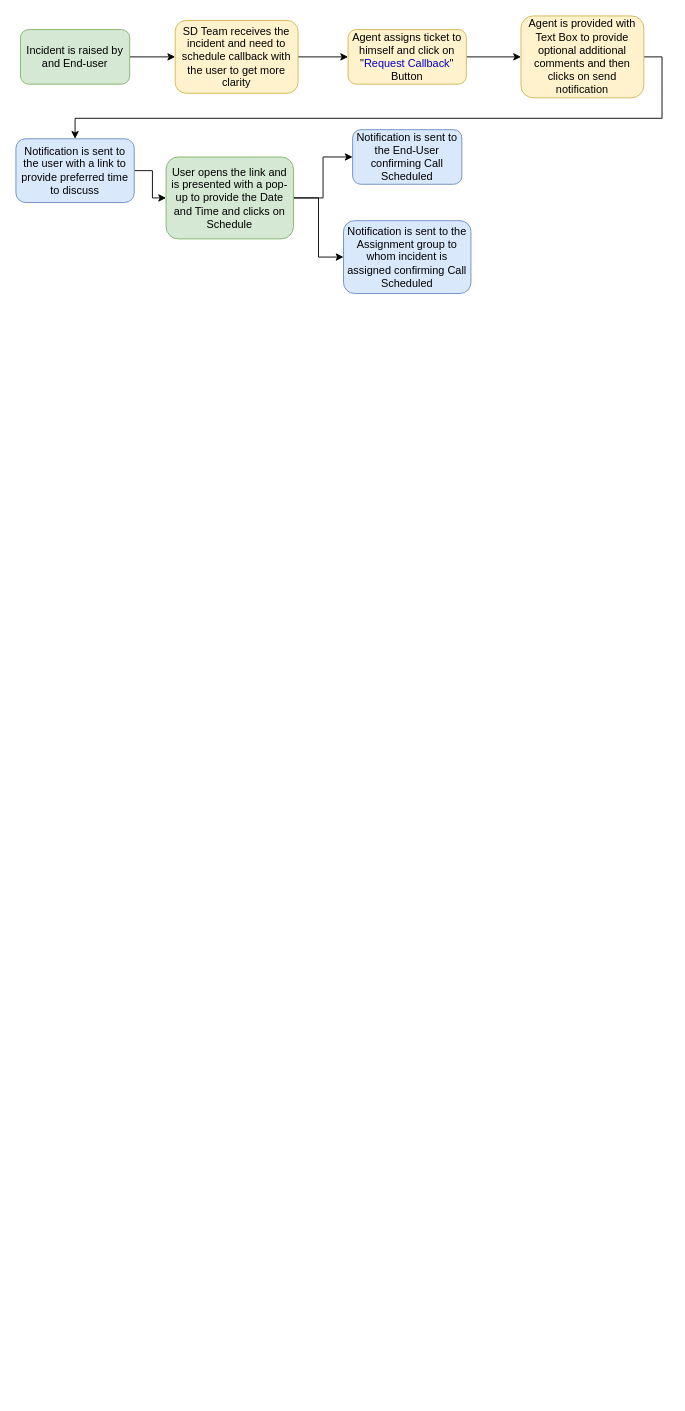
Earlier version of the draw.io diagram Untitled Diagram.drawio (sunjyot1993/Call-Back-Flow). Source tidied: cells renumbered, new cells numbered last; positions are measured from the earlier drawing's top-left corner, leaving out a move shared by most shapes. Both pictures are drawn from the tidied source at 91%, with x=0, y=0 at pixel (15, 15).
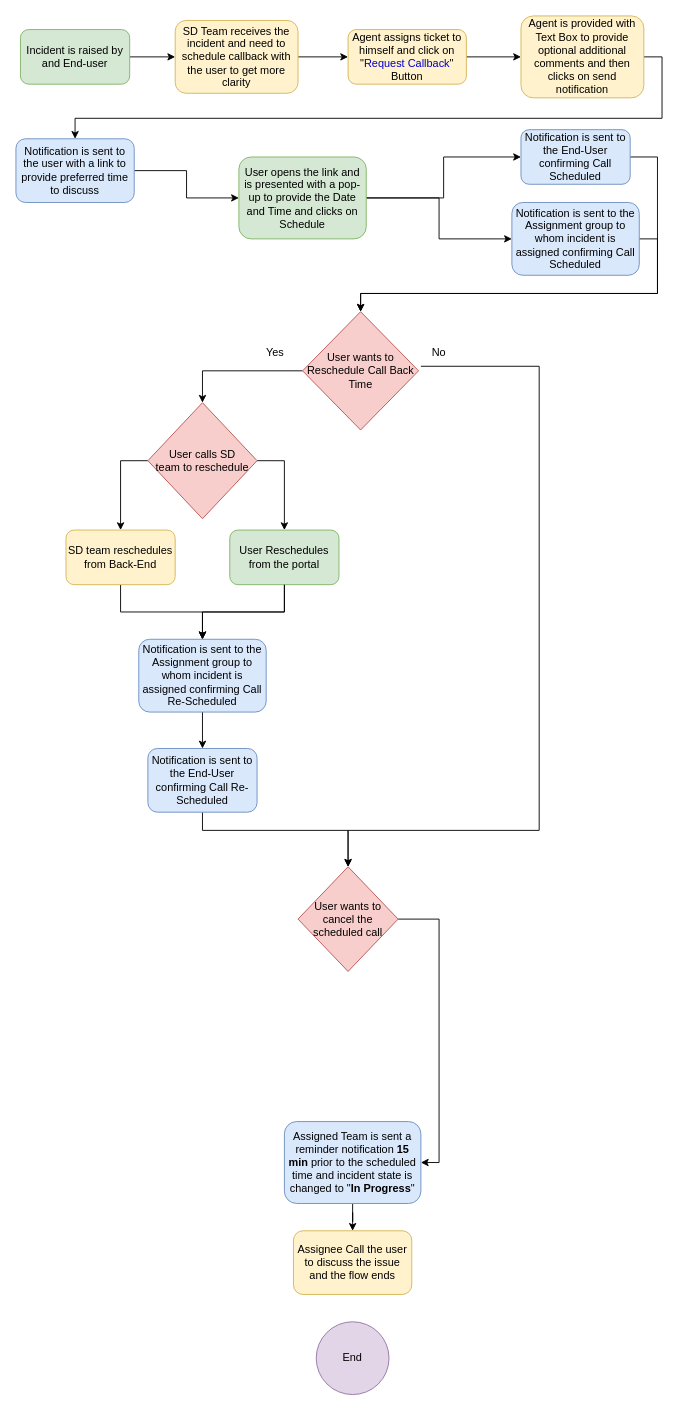
After the change.

Diff of the diagram source:
```diff
@@
     <mxCell id="14" value="User opens the link and is presented with a pop-up to provide the Date and Time and clicks on Schedule" style="rounded=1;whiteSpace=wrap;html=1;fillColor=#d5e8d4;strokeColor=#82b366;" parent="1" vertex="1">
-      <mxGeometry x="165" y="155" width="140" height="90" as="geometry" />
+      <mxGeometry x="245" y="155" width="140" height="90" as="geometry" />
     </mxCell>
+    <mxCell id="17" style="edgeStyle=orthogonalEdgeStyle;rounded=0;jettySize=auto;html=1;exitX=1;exitY=0.5;exitDx=0;exitDy=0;" parent="1" edge="1" source="15" target="20">
+      <mxGeometry relative="1" as="geometry" />
+    </mxCell>
     <mxCell id="15" value="Notification is sent to the Assignment group to whom incident is assigned confirming Call Scheduled" style="rounded=1;whiteSpace=wrap;html=1;fillColor=#dae8fc;strokeColor=#6c8ebf;" parent="1" vertex="1">
-      <mxGeometry x="360" y="225" width="140" height="80" as="geometry" />
+      <mxGeometry x="545" y="205" width="140" height="80" as="geometry" />
     </mxCell>
+    <mxCell id="18" style="edgeStyle=orthogonalEdgeStyle;rounded=0;jettySize=auto;html=1;exitX=1;exitY=0.5;exitDx=0;exitDy=0;entryX=0.5;entryY=0;entryDx=0;entryDy=0;" parent="1" edge="1" source="16" target="20">
+      <mxGeometry relative="1" as="geometry">
+        <Array as="points">
+          <mxPoint x="705" y="155" />
+          <mxPoint x="705" y="305" />
+        </Array>
+      </mxGeometry>
+    </mxCell>
     <mxCell id="16" value="Notification is sent to the End-User confirming Call Scheduled" style="rounded=1;whiteSpace=wrap;html=1;fillColor=#dae8fc;strokeColor=#6c8ebf;" parent="1" vertex="1">
-      <mxGeometry x="370" y="125" width="120" height="60" as="geometry" />
+      <mxGeometry x="555" y="125" width="120" height="60" as="geometry" />
     </mxCell>
+    <mxCell id="19" style="edgeStyle=orthogonalEdgeStyle;rounded=0;jettySize=auto;html=1;exitX=0;exitY=0.5;exitDx=0;exitDy=0;entryX=0.5;entryY=0;entryDx=0;entryDy=0;" parent="1" edge="1" source="20" target="29">
+      <mxGeometry relative="1" as="geometry" />
+    </mxCell>
+    <mxCell id="20" value="User wants to Reschedule Call Back Time" style="rhombus;whiteSpace=wrap;html=1;fillColor=#f8cecc;strokeColor=#b85450;" parent="1" vertex="1">
+      <mxGeometry x="315" y="325" width="127.5" height="130" as="geometry" />
+    </mxCell>
+    <mxCell id="21" style="edgeStyle=orthogonalEdgeStyle;rounded=0;jettySize=auto;html=1;" parent="1" edge="1" source="22" target="24">
+      <mxGeometry relative="1" as="geometry" />
+    </mxCell>
+    <mxCell id="22" value="Assigned Team is sent a reminder notification &lt;b&gt;15 min &lt;/b&gt;prior to the scheduled time and incident state is changed to &quot;&lt;b&gt;In Progress&lt;/b&gt;&quot;" style="rounded=1;whiteSpace=wrap;html=1;fillColor=#dae8fc;strokeColor=#6c8ebf;" parent="1" vertex="1">
+      <mxGeometry x="295" y="1215" width="150" height="90" as="geometry" />
+    </mxCell>
+    <mxCell id="23" value="End" style="ellipse;whiteSpace=wrap;html=1;fillColor=#e1d5e7;strokeColor=#9673a6;" parent="1" vertex="1">
+      <mxGeometry x="330" y="1435" width="80" height="80" as="geometry" />
+    </mxCell>
+    <mxCell id="24" value="Assignee Call the user to discuss the issue and the flow ends" style="rounded=1;whiteSpace=wrap;html=1;fillColor=#fff2cc;strokeColor=#d6b656;" parent="1" vertex="1">
+      <mxGeometry x="305" y="1335" width="130" height="70" as="geometry" />
+    </mxCell>
+    <mxCell id="25" style="edgeStyle=orthogonalEdgeStyle;rounded=0;jettySize=auto;html=1;exitX=0;exitY=1;exitDx=0;exitDy=0;entryX=0.5;entryY=0;entryDx=0;entryDy=0;" parent="1" edge="1" source="26" target="41">
+      <mxGeometry relative="1" as="geometry">
+        <Array as="points">
+          <mxPoint x="575" y="385" />
+          <mxPoint x="575" y="895" />
+          <mxPoint x="365" y="895" />
+        </Array>
+      </mxGeometry>
+    </mxCell>
+    <mxCell id="26" value="No" style="text;html=1;strokeColor=none;fillColor=none;align=center;verticalAlign=middle;whiteSpace=wrap;rounded=0;" parent="1" vertex="1">
+      <mxGeometry x="445" y="355" width="40" height="30" as="geometry" />
+    </mxCell>
+    <mxCell id="27" style="edgeStyle=orthogonalEdgeStyle;rounded=0;jettySize=auto;html=1;exitX=0;exitY=0.5;exitDx=0;exitDy=0;entryX=0.5;entryY=0;entryDx=0;entryDy=0;" parent="1" edge="1" source="29" target="31">
+      <mxGeometry relative="1" as="geometry" />
+    </mxCell>
+    <mxCell id="28" style="edgeStyle=orthogonalEdgeStyle;rounded=0;jettySize=auto;html=1;exitX=1;exitY=0.5;exitDx=0;exitDy=0;entryX=0.5;entryY=0;entryDx=0;entryDy=0;" parent="1" edge="1" source="29" target="37">
+      <mxGeometry relative="1" as="geometry" />
+    </mxCell>
+    <mxCell id="29" value="User calls SD &lt;br&gt;team to reschedule" style="rhombus;whiteSpace=wrap;html=1;fillColor=#f8cecc;strokeColor=#b85450;" parent="1" vertex="1">
+      <mxGeometry x="145" y="425" width="120" height="127.5" as="geometry" />
+    </mxCell>
+    <mxCell id="30" style="edgeStyle=orthogonalEdgeStyle;rounded=0;jettySize=auto;html=1;exitX=0.5;exitY=1;exitDx=0;exitDy=0;entryX=0.5;entryY=0;entryDx=0;entryDy=0;" parent="1" edge="1" source="31" target="38">
+      <mxGeometry relative="1" as="geometry" />
+    </mxCell>
+    <mxCell id="31" value="SD team reschedules from Back-End" style="rounded=1;whiteSpace=wrap;html=1;fillColor=#fff2cc;strokeColor=#d6b656;" parent="1" vertex="1">
+      <mxGeometry x="55" y="565" width="120" height="60" as="geometry" />
+    </mxCell>
+    <mxCell id="32" style="edgeStyle=orthogonalEdgeStyle;rounded=0;jettySize=auto;html=1;exitX=0.5;exitY=1;exitDx=0;exitDy=0;entryX=0.5;entryY=0;entryDx=0;entryDy=0;" parent="1" edge="1" source="33" target="41">
+      <mxGeometry relative="1" as="geometry">
+        <Array as="points">
+          <mxPoint x="205" y="895" />
+          <mxPoint x="365" y="895" />
+        </Array>
+      </mxGeometry>
+    </mxCell>
+    <mxCell id="33" value="Notification is sent to the End-User confirming Call Re-Scheduled" style="rounded=1;whiteSpace=wrap;html=1;fillColor=#dae8fc;strokeColor=#6c8ebf;" parent="1" vertex="1">
+      <mxGeometry x="145" y="805" width="120" height="70" as="geometry" />
+    </mxCell>
+    <mxCell id="34" value="Yes" style="text;html=1;strokeColor=none;fillColor=none;align=center;verticalAlign=middle;whiteSpace=wrap;rounded=0;" parent="1" vertex="1">
+      <mxGeometry x="265" y="360" width="40" height="20" as="geometry" />
+    </mxCell>
+    <mxCell id="35" style="edgeStyle=orthogonalEdgeStyle;rounded=0;jettySize=auto;html=1;exitX=0.5;exitY=1;exitDx=0;exitDy=0;entryX=0.5;entryY=0;entryDx=0;entryDy=0;" parent="1" edge="1" source="38" target="33">
+      <mxGeometry relative="1" as="geometry" />
+    </mxCell>
+    <mxCell id="36" style="edgeStyle=orthogonalEdgeStyle;rounded=0;jettySize=auto;html=1;exitX=0.5;exitY=1;exitDx=0;exitDy=0;entryX=0.5;entryY=0;entryDx=0;entryDy=0;" parent="1" edge="1" source="37" target="38">
+      <mxGeometry relative="1" as="geometry" />
+    </mxCell>
+    <mxCell id="37" value="User Reschedules from the portal" style="rounded=1;whiteSpace=wrap;html=1;fillColor=#d5e8d4;strokeColor=#82b366;" parent="1" vertex="1">
+      <mxGeometry x="235" y="565" width="120" height="60" as="geometry" />
+    </mxCell>
+    <mxCell id="38" value="Notification is sent to the Assignment group to whom incident is assigned confirming Call Re-Scheduled" style="rounded=1;whiteSpace=wrap;html=1;fillColor=#dae8fc;strokeColor=#6c8ebf;" parent="1" vertex="1">
+      <mxGeometry x="135" y="685" width="140" height="80" as="geometry" />
+    </mxCell>
+    <mxCell id="39" style="edgeStyle=orthogonalEdgeStyle;rounded=0;jettySize=auto;html=1;exitX=0.5;exitY=1;exitDx=0;exitDy=0;entryX=0.5;entryY=0;entryDx=0;entryDy=0;" parent="1" edge="1" source="37" target="38">
+      <mxGeometry relative="1" as="geometry" />
+    </mxCell>
+    <mxCell id="40" style="edgeStyle=orthogonalEdgeStyle;rounded=0;jettySize=auto;html=1;exitX=1;exitY=0.5;exitDx=0;exitDy=0;entryX=1;entryY=0.5;entryDx=0;entryDy=0;" parent="1" edge="1" source="41" target="22">
+      <mxGeometry relative="1" as="geometry" />
+    </mxCell>
+    <mxCell id="41" value="User wants to cancel the scheduled call" style="rhombus;whiteSpace=wrap;html=1;fillColor=#f8cecc;strokeColor=#b85450;" parent="1" vertex="1">
+      <mxGeometry x="310" y="935" width="110" height="115" as="geometry" />
+    </mxCell>
```
